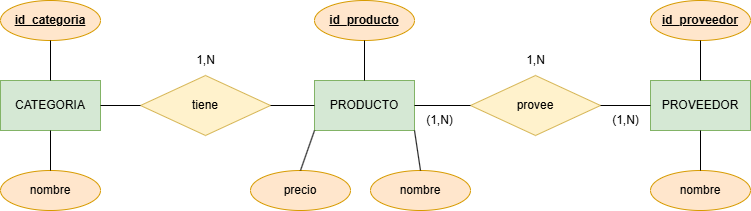
Earlier version of the draw.io export Unidad 4/Images/Normalizacion1.drawio.png (Jaironso/BBDD). Source tidied: cells renumbered, new cells last; positions are measured from the earlier drawing's top-left corner, leaving out a move shared by most shapes. Its diagram source:
```xml
<mxGraphModel>
  <root>
    <mxCell id="0" />
    <mxCell id="1" parent="0" />
    <mxCell id="2" value="PRODUCTO" style="html=1;dashed=0;whiteSpace=wrap;fillColor=#d5e8d4;strokeColor=#82b366;" parent="1" vertex="1">
      <mxGeometry x="314" y="80" width="100" height="50" as="geometry" />
    </mxCell>
    <mxCell id="3" value="PROVEEDOR" style="html=1;dashed=0;whiteSpace=wrap;fillColor=#d5e8d4;strokeColor=#82b366;" parent="1" vertex="1">
      <mxGeometry x="650" y="80" width="100" height="50" as="geometry" />
    </mxCell>
    <mxCell id="4" value="CATEGORIA" style="html=1;dashed=0;whiteSpace=wrap;fillColor=#d5e8d4;strokeColor=#82b366;" parent="1" vertex="1">
      <mxGeometry y="80" width="100" height="50" as="geometry" />
    </mxCell>
    <mxCell id="5" value="tiene" style="shape=rhombus;html=1;dashed=0;whiteSpace=wrap;perimeter=rhombusPerimeter;fillColor=#fff2cc;strokeColor=#d6b656;" parent="1" vertex="1">
      <mxGeometry x="140" y="75" width="130" height="60" as="geometry" />
    </mxCell>
    <mxCell id="6" value="provee" style="shape=rhombus;html=1;dashed=0;whiteSpace=wrap;perimeter=rhombusPerimeter;fillColor=#fff2cc;strokeColor=#d6b656;" parent="1" vertex="1">
      <mxGeometry x="470" y="75" width="130" height="60" as="geometry" />
    </mxCell>
    <mxCell id="7" style="endArrow=none;html=1;rounded=0;exitX=1;exitY=0.5;exitDx=0;exitDy=0;entryX=0;entryY=0.5;entryDx=0;entryDy=0;" parent="1" edge="1" source="4" target="5">
      <mxGeometry relative="1" as="geometry" />
    </mxCell>
    <mxCell id="8" style="endArrow=none;html=1;rounded=0;exitX=1;exitY=0.5;exitDx=0;exitDy=0;entryX=0;entryY=0.5;entryDx=0;entryDy=0;" parent="1" edge="1" source="5" target="2">
      <mxGeometry relative="1" as="geometry" />
    </mxCell>
    <mxCell id="9" value="1,N" style="text;html=1;align=center;verticalAlign=middle;strokeColor=none;fillColor=none;" parent="1" vertex="1">
      <mxGeometry x="185" y="45" width="40" height="30" as="geometry" />
    </mxCell>
    <mxCell id="10" style="endArrow=none;html=1;rounded=0;exitX=1;exitY=0.5;exitDx=0;exitDy=0;entryX=0;entryY=0.5;entryDx=0;entryDy=0;" parent="1" edge="1" source="2" target="6">
      <mxGeometry relative="1" as="geometry" />
    </mxCell>
    <mxCell id="11" style="endArrow=none;html=1;rounded=0;entryX=1;entryY=0.5;entryDx=0;entryDy=0;exitX=0;exitY=0.5;exitDx=0;exitDy=0;" parent="1" edge="1" source="3" target="6">
      <mxGeometry relative="1" as="geometry" />
    </mxCell>
    <mxCell id="12" value="(1,N)" style="text;html=1;align=center;verticalAlign=middle;strokeColor=none;fillColor=none;" parent="1" vertex="1">
      <mxGeometry x="600" y="105" width="50" height="30" as="geometry" />
    </mxCell>
    <mxCell id="13" value="(1,N)" style="text;html=1;align=center;verticalAlign=middle;strokeColor=none;fillColor=none;" parent="1" vertex="1">
      <mxGeometry x="414" y="105" width="50" height="30" as="geometry" />
    </mxCell>
    <mxCell id="14" value="1,N" style="text;html=1;align=center;verticalAlign=middle;strokeColor=none;fillColor=none;" parent="1" vertex="1">
      <mxGeometry x="515" y="45" width="40" height="30" as="geometry" />
    </mxCell>
    <mxCell id="15" value="&lt;u&gt;&lt;b&gt;id_producto&lt;/b&gt;&lt;/u&gt;" style="ellipse;whiteSpace=wrap;html=1;align=center;fillColor=#ffe6cc;strokeColor=#d79b00;" parent="1" vertex="1">
      <mxGeometry x="314" width="100" height="40" as="geometry" />
    </mxCell>
    <mxCell id="16" value="&lt;u&gt;&lt;b&gt;id_proveedor&lt;/b&gt;&lt;/u&gt;" style="ellipse;whiteSpace=wrap;html=1;align=center;fillColor=#ffe6cc;strokeColor=#d79b00;" parent="1" vertex="1">
      <mxGeometry x="650" width="100" height="40" as="geometry" />
    </mxCell>
    <mxCell id="17" value="&lt;u&gt;&lt;b&gt;id_categoria&lt;/b&gt;&lt;/u&gt;" style="ellipse;whiteSpace=wrap;html=1;align=center;fillColor=#ffe6cc;strokeColor=#d79b00;" parent="1" vertex="1">
      <mxGeometry width="100" height="40" as="geometry" />
    </mxCell>
    <mxCell id="18" value="precio" style="ellipse;whiteSpace=wrap;html=1;align=center;fillColor=#ffe6cc;strokeColor=#d79b00;" parent="1" vertex="1">
      <mxGeometry x="250" y="170" width="100" height="40" as="geometry" />
    </mxCell>
    <mxCell id="19" value="nombre" style="ellipse;whiteSpace=wrap;html=1;align=center;fillColor=#ffe6cc;strokeColor=#d79b00;" parent="1" vertex="1">
      <mxGeometry x="370" y="170" width="100" height="40" as="geometry" />
    </mxCell>
    <mxCell id="20" value="nom&lt;span style=&quot;color: rgba(0, 0, 0, 0); font-family: monospace; font-size: 0px; text-align: start; text-wrap-mode: nowrap;&quot;&gt;%3CmxGraphModel%3E%3Croot%3E%3CmxCell%20id%3D%220%22%2F%3E%3CmxCell%20id%3D%221%22%20parent%3D%220%22%2F%3E%3CmxCell%20id%3D%222%22%20value%3D%22precio%22%20style%3D%22ellipse%3BwhiteSpace%3Dwrap%3Bhtml%3D1%3Balign%3Dcenter%3BfillColor%3D%23ffe6cc%3BstrokeColor%3D%23d79b00%3B%22%20vertex%3D%221%22%20parent%3D%221%22%3E%3CmxGeometry%20x%3D%22300%22%20y%3D%22650%22%20width%3D%22100%22%20height%3D%2240%22%20as%3D%22geometry%22%2F%3E%3C%2FmxCell%3E%3C%2Froot%3E%3C%2FmxGraphModel%3E&lt;/span&gt;&lt;span style=&quot;color: rgba(0, 0, 0, 0); font-family: monospace; font-size: 0px; text-align: start; text-wrap-mode: nowrap;&quot;&gt;%3CmxGraphModel%3E%3Croot%3E%3CmxCell%20id%3D%220%22%2F%3E%3CmxCell%20id%3D%221%22%20parent%3D%220%22%2F%3E%3CmxCell%20id%3D%222%22%20value%3D%22precio%22%20style%3D%22ellipse%3BwhiteSpace%3Dwrap%3Bhtml%3D1%3Balign%3Dcenter%3BfillColor%3D%23ffe6cc%3BstrokeColor%3D%23d79b00%3B%22%20vertex%3D%221%22%20parent%3D%221%22%3E%3CmxGeometry%20x%3D%22300%22%20y%3D%22650%22%20width%3D%22100%22%20height%3D%2240%22%20as%3D%22geometry%22%2F%3E%3C%2FmxCell%3E%3C%2Froot%3E%3C%2FmxGraphModel%3E&lt;/span&gt;bre" style="ellipse;whiteSpace=wrap;html=1;align=center;fillColor=#ffe6cc;strokeColor=#d79b00;" parent="1" vertex="1">
      <mxGeometry y="170" width="100" height="40" as="geometry" />
    </mxCell>
    <mxCell id="21" value="nombre" style="ellipse;whiteSpace=wrap;html=1;align=center;fillColor=#ffe6cc;strokeColor=#d79b00;" parent="1" vertex="1">
      <mxGeometry x="650" y="170" width="100" height="40" as="geometry" />
    </mxCell>
    <mxCell id="22" style="endArrow=none;html=1;rounded=0;exitX=0.5;exitY=0;exitDx=0;exitDy=0;entryX=0.5;entryY=1;entryDx=0;entryDy=0;" parent="1" edge="1" source="20" target="4">
      <mxGeometry relative="1" as="geometry" />
    </mxCell>
    <mxCell id="23" style="endArrow=none;html=1;rounded=0;exitX=0.5;exitY=1;exitDx=0;exitDy=0;entryX=0.5;entryY=0;entryDx=0;entryDy=0;" parent="1" edge="1" source="17" target="4">
      <mxGeometry relative="1" as="geometry" />
    </mxCell>
    <mxCell id="24" style="endArrow=none;html=1;rounded=0;exitX=0.5;exitY=0;exitDx=0;exitDy=0;entryX=0.5;entryY=1;entryDx=0;entryDy=0;" parent="1" edge="1" source="2" target="15">
      <mxGeometry relative="1" as="geometry" />
    </mxCell>
    <mxCell id="25" style="endArrow=none;html=1;rounded=0;exitX=0.5;exitY=0;exitDx=0;exitDy=0;entryX=0;entryY=1;entryDx=0;entryDy=0;" parent="1" edge="1" source="18" target="2">
      <mxGeometry relative="1" as="geometry" />
    </mxCell>
    <mxCell id="26" style="endArrow=none;html=1;rounded=0;entryX=0.5;entryY=0;entryDx=0;entryDy=0;exitX=1;exitY=1;exitDx=0;exitDy=0;" parent="1" edge="1" source="2" target="19">
      <mxGeometry relative="1" as="geometry" />
    </mxCell>
    <mxCell id="27" style="endArrow=none;html=1;rounded=0;entryX=0.5;entryY=0;entryDx=0;entryDy=0;exitX=0.5;exitY=1;exitDx=0;exitDy=0;" parent="1" edge="1" source="16" target="3">
      <mxGeometry relative="1" as="geometry" />
    </mxCell>
    <mxCell id="28" style="endArrow=none;html=1;rounded=0;exitX=0.5;exitY=0;exitDx=0;exitDy=0;entryX=0.5;entryY=1;entryDx=0;entryDy=0;" parent="1" edge="1" source="21" target="3">
      <mxGeometry relative="1" as="geometry" />
    </mxCell>
  </root>
</mxGraphModel>
```
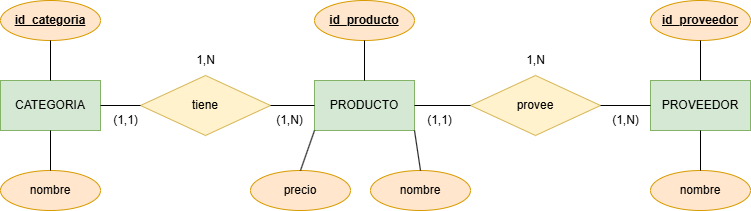
The same file after the commit.

Diff of the diagram source:
```diff
@@ -32,11 +32,8 @@
     <mxCell id="11" style="endArrow=none;html=1;rounded=0;entryX=1;entryY=0.5;entryDx=0;entryDy=0;exitX=0;exitY=0.5;exitDx=0;exitDy=0;" parent="1" edge="1" source="3" target="6">
       <mxGeometry relative="1" as="geometry" />
     </mxCell>
-    <mxCell id="12" value="(1,N)" style="text;html=1;align=center;verticalAlign=middle;strokeColor=none;fillColor=none;" parent="1" vertex="1">
-      <mxGeometry x="600" y="105" width="50" height="30" as="geometry" />
-    </mxCell>
     <mxCell id="13" value="(1,N)" style="text;html=1;align=center;verticalAlign=middle;strokeColor=none;fillColor=none;" parent="1" vertex="1">
-      <mxGeometry x="414" y="105" width="50" height="30" as="geometry" />
+      <mxGeometry x="600" y="105" width="50" height="30" as="geometry" />
     </mxCell>
     <mxCell id="14" value="1,N" style="text;html=1;align=center;verticalAlign=middle;strokeColor=none;fillColor=none;" parent="1" vertex="1">
       <mxGeometry x="515" y="45" width="40" height="30" as="geometry" />
@@ -83,5 +80,14 @@
     <mxCell id="28" style="endArrow=none;html=1;rounded=0;exitX=0.5;exitY=0;exitDx=0;exitDy=0;entryX=0.5;entryY=1;entryDx=0;entryDy=0;" parent="1" edge="1" source="21" target="3">
       <mxGeometry relative="1" as="geometry" />
     </mxCell>
+    <mxCell id="29" value="(1,1)" style="text;html=1;align=center;verticalAlign=middle;strokeColor=none;fillColor=none;" parent="1" vertex="1">
+      <mxGeometry x="414" y="105" width="50" height="30" as="geometry" />
+    </mxCell>
+    <mxCell id="12" value="(1,N)" style="text;html=1;align=center;verticalAlign=middle;strokeColor=none;fillColor=none;" parent="1" vertex="1">
+      <mxGeometry x="264" y="105" width="50" height="30" as="geometry" />
+    </mxCell>
+    <mxCell id="30" value="(1,1)" style="text;html=1;align=center;verticalAlign=middle;strokeColor=none;fillColor=none;" parent="1" vertex="1">
+      <mxGeometry x="100" y="105" width="50" height="30" as="geometry" />
+    </mxCell>
   </root>
 </mxGraphModel>
```
